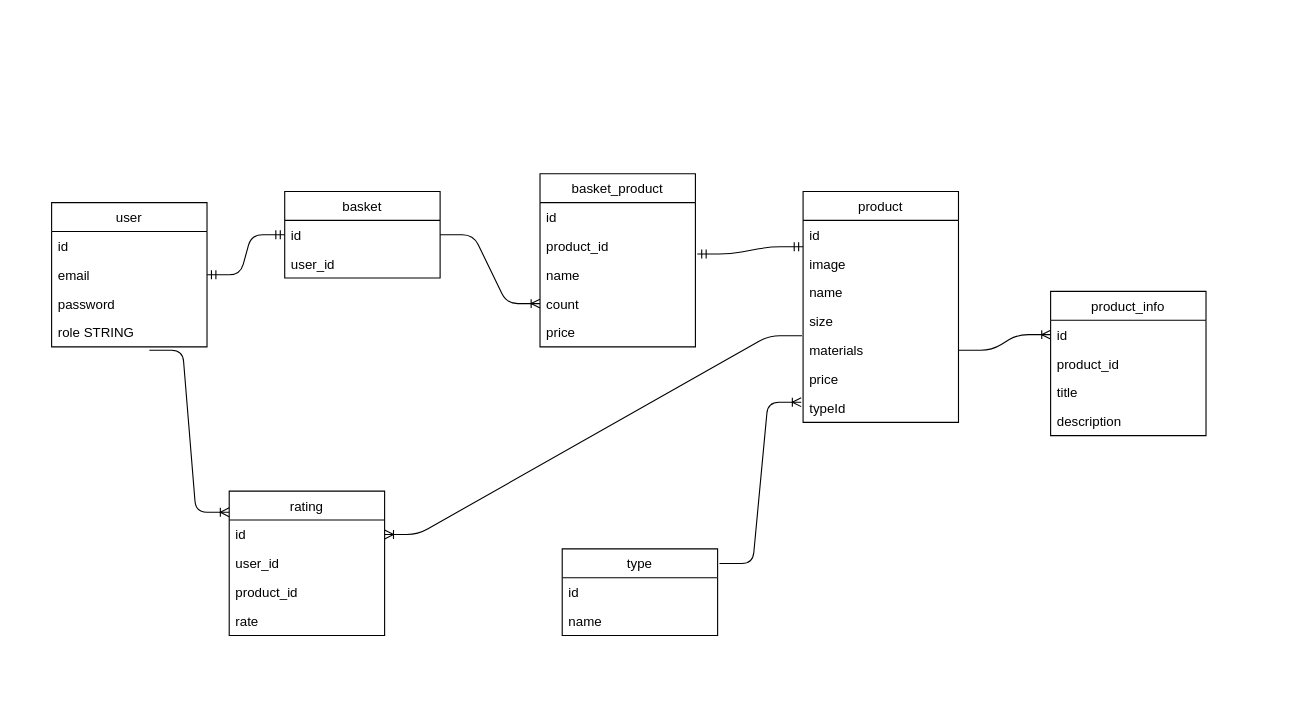
Before: mir_comforta.drawio in slavahawk/mir-comforts__vue3, a draw.io diagram. Source tidied: cells renumbered, new cells numbered last; positions are measured from the earlier drawing's top-left corner, leaving out a move shared by most shapes. Both pictures are drawn from the tidied source at 111%, with x=0, y=0 at pixel (51, 173).
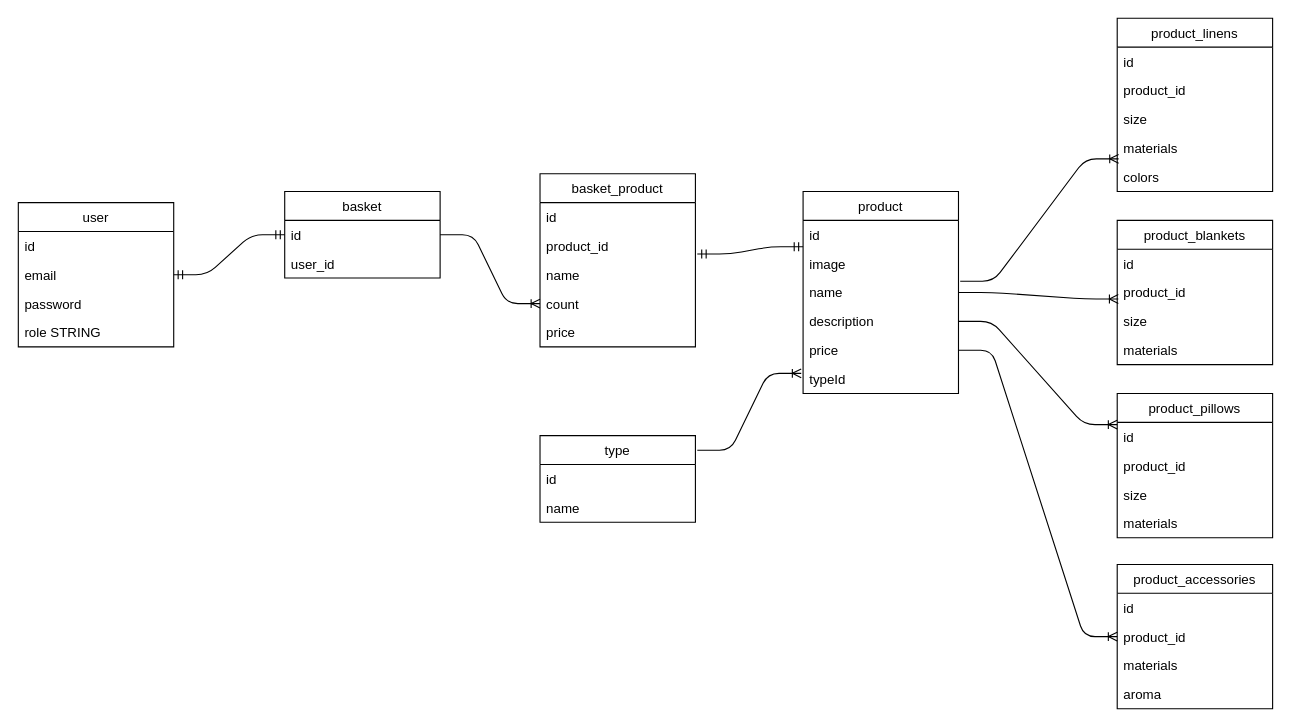
After the change.

The change refers to these unchanged cells:
```xml
<mxCell id="5" value="name" style="text;strokeColor=none;fillColor=none;align=left;verticalAlign=top;spacingLeft=4;spacingRight=4;overflow=hidden;points=[[0,0.5],[1,0.5]];portConstraint=eastwest;" parent="2" vertex="1">
  <mxGeometry y="78" width="140" height="26" as="geometry" />
</mxCell>
<mxCell id="31" value="role STRING" style="text;strokeColor=none;fillColor=none;align=left;verticalAlign=top;spacingLeft=4;spacingRight=4;overflow=hidden;points=[[0,0.5],[1,0.5]];portConstraint=eastwest;" parent="27" vertex="1">
  <mxGeometry y="104" width="140" height="26" as="geometry" />
</mxCell>
```

Diff of the diagram source:
```diff
@@
     <mxCell id="2" value="product" style="swimlane;fontStyle=0;horizontal=1;startSize=26;" parent="1" vertex="1">
-      <mxGeometry x="677" y="16" width="140" height="208" as="geometry" />
+      <mxGeometry x="677" y="16" width="140" height="182" as="geometry" />
     </mxCell>
@@
-    <mxCell id="6" value="size" style="text;strokeColor=none;fillColor=none;align=left;verticalAlign=top;spacingLeft=4;spacingRight=4;overflow=hidden;" parent="2" vertex="1">
-      <mxGeometry y="104" width="140" height="26" as="geometry" />
-    </mxCell>
-    <mxCell id="7" value="materials" style="text;strokeColor=none;fillColor=none;align=left;verticalAlign=top;spacingLeft=4;spacingRight=4;overflow=hidden;points=[[0,0.5],[1,0.5]];portConstraint=eastwest;" parent="2" vertex="1">
-      <mxGeometry y="130" width="140" height="26" as="geometry" />
-    </mxCell>
+    <mxCell id="25" value="description" style="text;strokeColor=none;fillColor=none;align=left;verticalAlign=top;spacingLeft=4;spacingRight=4;overflow=hidden;points=[[0,0.5],[1,0.5]];portConstraint=eastwest;" parent="2" vertex="1">
+      <mxGeometry y="104" width="140" height="26" as="geometry" />
+    </mxCell>
     <mxCell id="8" value="price" style="text;strokeColor=none;fillColor=none;align=left;verticalAlign=top;spacingLeft=4;spacingRight=4;overflow=hidden;points=[[0,0.5],[1,0.5]];portConstraint=eastwest;" parent="2" vertex="1">
-      <mxGeometry y="156" width="140" height="26" as="geometry" />
+      <mxGeometry y="130" width="140" height="26" as="geometry" />
     </mxCell>
     <mxCell id="9" value="typeId" style="text;strokeColor=none;fillColor=none;align=left;verticalAlign=top;spacingLeft=4;spacingRight=4;overflow=hidden;points=[[0,0.5],[1,0.5]];portConstraint=eastwest;" parent="2" vertex="1">
-      <mxGeometry y="182" width="140" height="26" as="geometry" />
+      <mxGeometry y="156" width="140" height="26" as="geometry" />
     </mxCell>
@@
     <mxCell id="17" value="type" style="swimlane;fontStyle=0;horizontal=1;startSize=26;" parent="1" vertex="1">
-      <mxGeometry x="460" y="338" width="140" height="78" as="geometry" />
+      <mxGeometry x="440" y="236" width="140" height="78" as="geometry" />
     </mxCell>
@@
-    <mxCell id="21" value="product_info" style="swimlane;fontStyle=0;horizontal=1;startSize=26;" parent="1" vertex="1">
-      <mxGeometry x="900" y="106" width="140" height="130" as="geometry" />
-    </mxCell>
-    <mxCell id="22" value="id" style="text;strokeColor=none;fillColor=none;align=left;verticalAlign=top;spacingLeft=4;spacingRight=4;overflow=hidden;points=[[0,0.5],[1,0.5]];portConstraint=eastwest;" parent="21" vertex="1">
-      <mxGeometry y="26" width="140" height="26" as="geometry" />
-    </mxCell>
-    <mxCell id="23" value="product_id" style="text;strokeColor=none;fillColor=none;align=left;verticalAlign=top;spacingLeft=4;spacingRight=4;overflow=hidden;" parent="21" vertex="1">
-      <mxGeometry y="52" width="140" height="26" as="geometry" />
-    </mxCell>
-    <mxCell id="24" value="title" style="text;strokeColor=none;fillColor=none;align=left;verticalAlign=top;spacingLeft=4;spacingRight=4;overflow=hidden;" parent="21" vertex="1">
-      <mxGeometry y="78" width="140" height="26" as="geometry" />
-    </mxCell>
-    <mxCell id="25" value="description" style="text;strokeColor=none;fillColor=none;align=left;verticalAlign=top;spacingLeft=4;spacingRight=4;overflow=hidden;points=[[0,0.5],[1,0.5]];portConstraint=eastwest;" parent="21" vertex="1">
-      <mxGeometry y="104" width="140" height="26" as="geometry" />
-    </mxCell>
-    <mxCell id="26" style="edgeStyle=entityRelationEdgeStyle;fontSize=12;html=1;endArrow=ERoneToMany;exitX=1;exitY=0.5;exitDx=0;exitDy=0;entryX=0;entryY=0.5;entryDx=0;entryDy=0;" parent="1" edge="1" source="7" target="22">
-      <mxGeometry relative="1" as="geometry" />
-    </mxCell>
     <mxCell id="27" value="user" style="swimlane;fontStyle=0;horizontal=1;startSize=26;" parent="1" vertex="1">
-      <mxGeometry y="26" width="140" height="130" as="geometry" />
+      <mxGeometry x="-30" y="26" width="140" height="130" as="geometry" />
     </mxCell>
@@
-    <mxCell id="37" value="rating" style="swimlane;fontStyle=0;horizontal=1;startSize=26;" parent="1" vertex="1">
-      <mxGeometry x="160" y="286" width="140" height="130" as="geometry" />
-    </mxCell>
-    <mxCell id="38" value="id" style="text;strokeColor=none;fillColor=none;align=left;verticalAlign=top;spacingLeft=4;spacingRight=4;overflow=hidden;points=[[0,0.5],[1,0.5]];portConstraint=eastwest;" parent="37" vertex="1">
-      <mxGeometry y="26" width="140" height="26" as="geometry" />
-    </mxCell>
-    <mxCell id="39" value="user_id  &#10;&#10;" style="text;strokeColor=none;fillColor=none;align=left;verticalAlign=top;spacingLeft=4;spacingRight=4;overflow=hidden;" parent="37" vertex="1">
-      <mxGeometry y="52" width="140" height="26" as="geometry" />
-    </mxCell>
-    <mxCell id="40" value="product_id" style="text;strokeColor=none;fillColor=none;align=left;verticalAlign=top;spacingLeft=4;spacingRight=4;overflow=hidden;" parent="37" vertex="1">
-      <mxGeometry y="78" width="140" height="26" as="geometry" />
-    </mxCell>
-    <mxCell id="41" value="rate" style="text;strokeColor=none;fillColor=none;align=left;verticalAlign=top;spacingLeft=4;spacingRight=4;overflow=hidden;" parent="37" vertex="1">
-      <mxGeometry y="104" width="140" height="26" as="geometry" />
-    </mxCell>
-    <mxCell id="42" style="edgeStyle=entityRelationEdgeStyle;fontSize=12;html=1;endArrow=ERoneToMany;exitX=0.629;exitY=1.115;exitDx=0;exitDy=0;exitPerimeter=0;" parent="1" edge="1" source="31">
-      <mxGeometry relative="1" as="geometry">
-        <mxPoint x="160" y="305" as="targetPoint" />
-      </mxGeometry>
-    </mxCell>
-    <mxCell id="43" style="edgeStyle=entityRelationEdgeStyle;fontSize=12;html=1;endArrow=ERoneToMany;entryX=1;entryY=0.5;entryDx=0;entryDy=0;exitX=-0.007;exitY=0;exitDx=0;exitDy=0;exitPerimeter=0;" parent="1" edge="1" source="7" target="38">
-      <mxGeometry relative="1" as="geometry" />
-    </mxCell>
+    <mxCell id="44" value="product_linens" style="swimlane;fontStyle=0;horizontal=1;startSize=26;" parent="1" vertex="1">
+      <mxGeometry x="960" y="-140" width="140" height="156" as="geometry" />
+    </mxCell>
+    <mxCell id="45" value="id" style="text;strokeColor=none;fillColor=none;align=left;verticalAlign=top;spacingLeft=4;spacingRight=4;overflow=hidden;" parent="44" vertex="1">
+      <mxGeometry y="26" width="140" height="26" as="geometry" />
+    </mxCell>
+    <mxCell id="46" value="product_id" style="text;strokeColor=none;fillColor=none;align=left;verticalAlign=top;spacingLeft=4;spacingRight=4;overflow=hidden;" parent="44" vertex="1">
+      <mxGeometry y="52" width="140" height="26" as="geometry" />
+    </mxCell>
+    <mxCell id="47" value="size" style="text;strokeColor=none;fillColor=none;align=left;verticalAlign=top;spacingLeft=4;spacingRight=4;overflow=hidden;" parent="44" vertex="1">
+      <mxGeometry y="78" width="140" height="26" as="geometry" />
+    </mxCell>
+    <mxCell id="48" value="materials" style="text;strokeColor=none;fillColor=none;align=left;verticalAlign=top;spacingLeft=4;spacingRight=4;overflow=hidden;points=[[0,0.5],[1,0.5]];portConstraint=eastwest;" parent="44" vertex="1">
+      <mxGeometry y="104" width="140" height="26" as="geometry" />
+    </mxCell>
+    <mxCell id="49" value="colors" style="text;strokeColor=none;fillColor=none;align=left;verticalAlign=top;spacingLeft=4;spacingRight=4;overflow=hidden;" parent="44" vertex="1">
+      <mxGeometry y="130" width="140" height="26" as="geometry" />
+    </mxCell>
+    <mxCell id="50" value="product_blankets" style="swimlane;fontStyle=0;horizontal=1;startSize=26;" parent="1" vertex="1">
+      <mxGeometry x="960" y="42" width="140" height="130" as="geometry" />
+    </mxCell>
+    <mxCell id="51" value="id" style="text;strokeColor=none;fillColor=none;align=left;verticalAlign=top;spacingLeft=4;spacingRight=4;overflow=hidden;" parent="50" vertex="1">
+      <mxGeometry y="26" width="140" height="26" as="geometry" />
+    </mxCell>
+    <mxCell id="52" value="product_id" style="text;strokeColor=none;fillColor=none;align=left;verticalAlign=top;spacingLeft=4;spacingRight=4;overflow=hidden;points=[[0,0.5],[1,0.5]];portConstraint=eastwest;" parent="50" vertex="1">
+      <mxGeometry y="52" width="140" height="26" as="geometry" />
+    </mxCell>
+    <mxCell id="53" value="size" style="text;strokeColor=none;fillColor=none;align=left;verticalAlign=top;spacingLeft=4;spacingRight=4;overflow=hidden;" parent="50" vertex="1">
+      <mxGeometry y="78" width="140" height="26" as="geometry" />
+    </mxCell>
+    <mxCell id="54" value="materials" style="text;strokeColor=none;fillColor=none;align=left;verticalAlign=top;spacingLeft=4;spacingRight=4;overflow=hidden;" parent="50" vertex="1">
+      <mxGeometry y="104" width="140" height="26" as="geometry" />
+    </mxCell>
+    <mxCell id="55" style="edgeStyle=entityRelationEdgeStyle;fontSize=12;html=1;endArrow=ERoneToMany;exitX=1;exitY=0.5;exitDx=0;exitDy=0;entryX=0.007;entryY=0.724;entryDx=0;entryDy=0;entryPerimeter=0;" parent="1" edge="1" source="5" target="52">
+      <mxGeometry relative="1" as="geometry" />
+    </mxCell>
+    <mxCell id="56" style="edgeStyle=entityRelationEdgeStyle;fontSize=12;html=1;endArrow=ERoneToMany;exitX=1.011;exitY=0.113;exitDx=0;exitDy=0;entryX=0.009;entryY=0.869;entryDx=0;entryDy=0;entryPerimeter=0;exitPerimeter=0;" parent="1" edge="1" source="5" target="48">
+      <mxGeometry relative="1" as="geometry" />
+    </mxCell>
+    <mxCell id="57" value="product_pillows" style="swimlane;fontStyle=0;horizontal=1;startSize=26;" parent="1" vertex="1">
+      <mxGeometry x="960" y="198" width="140" height="130" as="geometry" />
+    </mxCell>
+    <mxCell id="58" value="id" style="text;strokeColor=none;fillColor=none;align=left;verticalAlign=top;spacingLeft=4;spacingRight=4;overflow=hidden;points=[[0,0.5],[1,0.5]];portConstraint=eastwest;" parent="57" vertex="1">
+      <mxGeometry y="26" width="140" height="26" as="geometry" />
+    </mxCell>
+    <mxCell id="59" value="product_id" style="text;strokeColor=none;fillColor=none;align=left;verticalAlign=top;spacingLeft=4;spacingRight=4;overflow=hidden;" parent="57" vertex="1">
+      <mxGeometry y="52" width="140" height="26" as="geometry" />
+    </mxCell>
+    <mxCell id="60" value="size" style="text;strokeColor=none;fillColor=none;align=left;verticalAlign=top;spacingLeft=4;spacingRight=4;overflow=hidden;" parent="57" vertex="1">
+      <mxGeometry y="78" width="140" height="26" as="geometry" />
+    </mxCell>
+    <mxCell id="61" value="materials" style="text;strokeColor=none;fillColor=none;align=left;verticalAlign=top;spacingLeft=4;spacingRight=4;overflow=hidden;" parent="57" vertex="1">
+      <mxGeometry y="104" width="140" height="26" as="geometry" />
+    </mxCell>
+    <mxCell id="62" style="edgeStyle=entityRelationEdgeStyle;fontSize=12;html=1;endArrow=ERoneToMany;entryX=0;entryY=0.077;entryDx=0;entryDy=0;entryPerimeter=0;" parent="1" edge="1" source="25" target="58">
+      <mxGeometry relative="1" as="geometry" />
+    </mxCell>
+    <mxCell id="63" value="product_accessories" style="swimlane;fontStyle=0;horizontal=1;startSize=26;" parent="1" vertex="1">
+      <mxGeometry x="960" y="352" width="140" height="130" as="geometry" />
+    </mxCell>
+    <mxCell id="64" value="id" style="text;strokeColor=none;fillColor=none;align=left;verticalAlign=top;spacingLeft=4;spacingRight=4;overflow=hidden;" parent="63" vertex="1">
+      <mxGeometry y="26" width="140" height="26" as="geometry" />
+    </mxCell>
+    <mxCell id="65" value="product_id" style="text;strokeColor=none;fillColor=none;align=left;verticalAlign=top;spacingLeft=4;spacingRight=4;overflow=hidden;" parent="63" vertex="1">
+      <mxGeometry y="52" width="140" height="26" as="geometry" />
+    </mxCell>
+    <mxCell id="66" value="materials" style="text;strokeColor=none;fillColor=none;align=left;verticalAlign=top;spacingLeft=4;spacingRight=4;overflow=hidden;" parent="63" vertex="1">
+      <mxGeometry y="78" width="140" height="26" as="geometry" />
+    </mxCell>
+    <mxCell id="67" value="aroma" style="text;strokeColor=none;fillColor=none;align=left;verticalAlign=top;spacingLeft=4;spacingRight=4;overflow=hidden;" parent="63" vertex="1">
+      <mxGeometry y="104" width="140" height="26" as="geometry" />
+    </mxCell>
+    <mxCell id="68" style="edgeStyle=entityRelationEdgeStyle;fontSize=12;html=1;endArrow=ERoneToMany;exitX=1;exitY=0.5;exitDx=0;exitDy=0;" parent="1" edge="1" source="8">
+      <mxGeometry relative="1" as="geometry">
+        <mxPoint x="960" y="417" as="targetPoint" />
+      </mxGeometry>
+    </mxCell>
```
